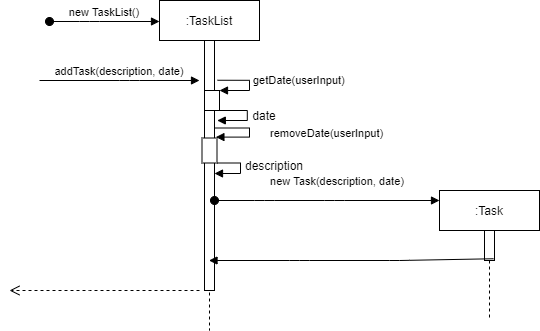
Earlier version of the draw.io export docs/media/TaskListSequenceDiagram.png (yapjoonsiong/tp). Source tidied: cells renumbered, new cells last; positions are measured from the earlier drawing's top-left corner, leaving out a move shared by most shapes.
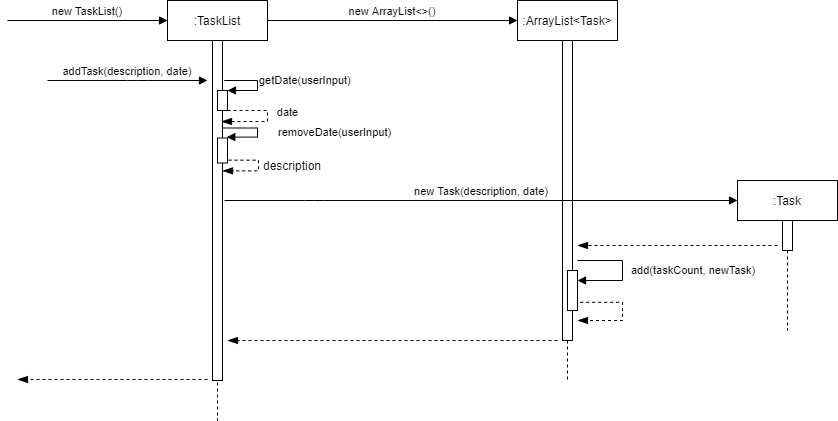
Above is the later version.

Commit message:
update sequence diagram

The edit, as a diff of the source:
```diff
@@ -3,66 +3,28 @@
     <mxCell id="0" />
     <mxCell id="1" parent="0" />
     <mxCell id="2" value=":TaskList" style="shape=umlLifeline;perimeter=lifelinePerimeter;rounded=0;shadow=0;strokeWidth=1;" parent="1" vertex="1">
-      <mxGeometry x="150" width="100" height="330" as="geometry" />
+      <mxGeometry x="150" width="100" height="420" as="geometry" />
     </mxCell>
     <mxCell id="3" style="points=[];perimeter=orthogonalPerimeter;rounded=0;shadow=0;strokeWidth=1;" parent="2" vertex="1">
-      <mxGeometry x="45" y="40" width="10" height="250" as="geometry" />
+      <mxGeometry x="45" y="40" width="10" height="340" as="geometry" />
     </mxCell>
-    <mxCell id="4" value="new TaskList()" style="verticalAlign=bottom;startArrow=oval;endArrow=block;startSize=8;shadow=0;strokeWidth=1;" parent="2" edge="1">
-      <mxGeometry relative="1" as="geometry">
-        <mxPoint x="-110" y="21" as="sourcePoint" />
-        <mxPoint y="21" as="targetPoint" />
-        <Array as="points">
-          <mxPoint x="-70" y="21" />
-        </Array>
-      </mxGeometry>
-    </mxCell>
     <mxCell id="5" style="html=1;perimeter=orthogonalPerimeter;" parent="2" vertex="1">
-      <mxGeometry x="45" y="90" width="15" height="20" as="geometry" />
+      <mxGeometry x="50" y="90" width="10" height="20" as="geometry" />
     </mxCell>
-    <mxCell id="6" value="getDate(userInput)" style="edgeStyle=orthogonalEdgeStyle;html=1;align=left;spacingLeft=2;endArrow=block;rounded=0;exitX=1.3;exitY=0.159;exitDx=0;exitDy=0;exitPerimeter=0;" parent="2" edge="1" source="3">
+    <mxCell id="6" value="getDate(userInput)" style="edgeStyle=orthogonalEdgeStyle;html=1;align=left;spacingLeft=2;endArrow=block;rounded=0;" parent="2" edge="1">
       <mxGeometry x="-0.11" relative="1" as="geometry">
+        <mxPoint x="60" y="80" as="sourcePoint" />
         <mxPoint x="60" y="90" as="targetPoint" />
         <Array as="points">
+          <mxPoint x="57" y="80" />
           <mxPoint x="90" y="80" />
           <mxPoint x="90" y="90" />
-          <mxPoint x="60" y="90" />
         </Array>
       </mxGeometry>
     </mxCell>
-    <mxCell id="7" style="edgeStyle=orthogonalEdgeStyle;html=1;align=left;spacingLeft=2;endArrow=block;rounded=0;exitX=1.22;exitY=0.17;exitDx=0;exitDy=0;exitPerimeter=0;" parent="2" edge="1">
-      <mxGeometry relative="1" as="geometry">
-        <mxPoint x="55" y="110" as="sourcePoint" />
-        <mxPoint x="57.8" y="120" as="targetPoint" />
-        <Array as="points">
-          <mxPoint x="87.8" y="110" />
-          <mxPoint x="87.8" y="120" />
-          <mxPoint x="57.8" y="120" />
-        </Array>
-      </mxGeometry>
-    </mxCell>
-    <mxCell id="8" value="new Task(description, date)" style="verticalAlign=bottom;startArrow=oval;endArrow=block;startSize=8;shadow=0;strokeWidth=1;" parent="2" edge="1">
-      <mxGeometry x="0.09" y="10" relative="1" as="geometry">
-        <mxPoint x="55" y="200" as="sourcePoint" />
-        <mxPoint x="280" y="200" as="targetPoint" />
-        <Array as="points">
-          <mxPoint x="105" y="200" />
-          <mxPoint x="175" y="200" />
-        </Array>
-      </mxGeometry>
-    </mxCell>
     <mxCell id="9" style="html=1;points=[];perimeter=orthogonalPerimeter;" parent="2" vertex="1">
-      <mxGeometry x="42.5" y="137.5" width="15" height="25" as="geometry" />
+      <mxGeometry x="50" y="137.5" width="10" height="25" as="geometry" />
     </mxCell>
-    <mxCell id="10" style="edgeStyle=orthogonalEdgeStyle;html=1;align=left;spacingLeft=2;endArrow=block;rounded=0;exitX=1.22;exitY=0.17;exitDx=0;exitDy=0;exitPerimeter=0;" parent="2" edge="1" target="3">
-      <mxGeometry relative="1" as="geometry">
-        <mxPoint x="57.5" y="162.5" as="sourcePoint" />
-        <Array as="points">
-          <mxPoint x="81" y="163" />
-          <mxPoint x="81" y="173" />
-        </Array>
-      </mxGeometry>
-    </mxCell>
     <mxCell id="11" value="removeDate(userInput)" style="edgeStyle=orthogonalEdgeStyle;html=1;align=left;spacingLeft=2;endArrow=block;rounded=0;entryX=0.927;entryY=-0.036;entryDx=0;entryDy=0;entryPerimeter=0;" parent="2" edge="1" target="9">
       <mxGeometry x="0.04" y="17" relative="1" as="geometry">
         <mxPoint x="55" y="127.5" as="sourcePoint" />
@@ -72,8 +34,30 @@
         </Array>
       </mxGeometry>
     </mxCell>
+    <mxCell id="16" value="date" style="html=1;verticalAlign=bottom;endArrow=blockThin;dashed=1;endSize=8;rounded=0;edgeStyle=orthogonalEdgeStyle;endFill=1;" parent="2" edge="1">
+      <mxGeometry x="0.05" y="-20" relative="1" as="geometry">
+        <mxPoint x="60" y="110" as="sourcePoint" />
+        <mxPoint x="54" y="121" as="targetPoint" />
+        <Array as="points">
+          <mxPoint x="100" y="110" />
+          <mxPoint x="100" y="121" />
+        </Array>
+        <mxPoint x="20" y="20" as="offset" />
+      </mxGeometry>
+    </mxCell>
+    <mxCell id="19" style="html=1;verticalAlign=bottom;endArrow=blockThin;dashed=1;endSize=8;rounded=0;edgeStyle=orthogonalEdgeStyle;entryX=0.9;entryY=0.322;entryDx=0;entryDy=0;entryPerimeter=0;endFill=1;" parent="2" edge="1">
+      <mxGeometry relative="1" as="geometry">
+        <mxPoint x="61" y="159.7" as="sourcePoint" />
+        <mxPoint x="55" y="170.3" as="targetPoint" />
+        <Array as="points">
+          <mxPoint x="61" y="159.8" />
+          <mxPoint x="91" y="159.8" />
+          <mxPoint x="91" y="170.8" />
+        </Array>
+      </mxGeometry>
+    </mxCell>
     <mxCell id="12" value=":Task" style="shape=umlLifeline;perimeter=lifelinePerimeter;rounded=0;shadow=0;strokeWidth=1;" parent="1" vertex="1">
-      <mxGeometry x="430" y="190" width="100" height="130" as="geometry" />
+      <mxGeometry x="720" y="180" width="100" height="150" as="geometry" />
     </mxCell>
     <mxCell id="13" style="perimeter=orthogonalPerimeter;rounded=0;shadow=0;strokeWidth=1;" parent="12" vertex="1">
       <mxGeometry x="45" y="40" width="10" height="30" as="geometry" />
@@ -87,29 +71,94 @@
         </Array>
       </mxGeometry>
     </mxCell>
-    <mxCell id="15" style="verticalAlign=bottom;endArrow=block;shadow=0;strokeWidth=1;exitX=0.54;exitY=0.525;exitDx=0;exitDy=0;exitPerimeter=0;" parent="1" edge="1" source="12" target="2">
-      <mxGeometry relative="1" as="geometry">
-        <Array as="points">
-          <mxPoint x="390" y="260" />
-          <mxPoint x="290" y="260" />
-        </Array>
-      </mxGeometry>
-    </mxCell>
-    <mxCell id="16" value="date" style="text;html=1;strokeColor=none;fillColor=none;align=center;verticalAlign=middle;whiteSpace=wrap;rounded=0;" parent="1" vertex="1">
-      <mxGeometry x="230" y="110" width="50" height="10" as="geometry" />
-    </mxCell>
     <mxCell id="17" value="description" style="text;html=1;strokeColor=none;fillColor=none;align=center;verticalAlign=middle;whiteSpace=wrap;rounded=0;" parent="1" vertex="1">
-      <mxGeometry x="240" y="160" width="50" height="10" as="geometry" />
+      <mxGeometry x="250" y="160" width="50" height="10" as="geometry" />
     </mxCell>
-    <mxCell id="18" style="html=1;verticalAlign=bottom;endArrow=open;dashed=1;endSize=8;rounded=0;edgeStyle=orthogonalEdgeStyle;" parent="1" edge="1">
+    <mxCell id="18" style="html=1;verticalAlign=bottom;endArrow=blockThin;dashed=1;endSize=8;rounded=0;edgeStyle=orthogonalEdgeStyle;endFill=1;" parent="1" edge="1">
       <mxGeometry y="-10" relative="1" as="geometry">
-        <mxPoint x="190" y="290" as="sourcePoint" />
-        <mxPoint y="290" as="targetPoint" />
+        <mxPoint x="190" y="379" as="sourcePoint" />
+        <mxPoint y="379" as="targetPoint" />
         <Array as="points">
-          <mxPoint x="80" y="290" />
-          <mxPoint x="80" y="290" />
+          <mxPoint x="80" y="379" />
+          <mxPoint x="80" y="379" />
         </Array>
       </mxGeometry>
     </mxCell>
+    <mxCell id="20" value=":ArrayList&lt;Task&gt;" style="shape=umlLifeline;perimeter=lifelinePerimeter;rounded=0;shadow=0;strokeWidth=1;" parent="1" vertex="1">
+      <mxGeometry x="500" width="100" height="380" as="geometry" />
+    </mxCell>
+    <mxCell id="21" style="perimeter=orthogonalPerimeter;rounded=0;shadow=0;strokeWidth=1;" parent="20" vertex="1">
+      <mxGeometry x="45" y="40" width="10" height="300" as="geometry" />
+    </mxCell>
+    <mxCell id="22" style="html=1;points=[];perimeter=orthogonalPerimeter;" parent="20" vertex="1">
+      <mxGeometry x="50" y="270" width="10" height="40" as="geometry" />
+    </mxCell>
+    <mxCell id="23" style="html=1;verticalAlign=bottom;endArrow=blockThin;dashed=1;endSize=8;rounded=0;edgeStyle=orthogonalEdgeStyle;exitX=1.267;exitY=0.795;exitDx=0;exitDy=0;exitPerimeter=0;endFill=1;" parent="20" edge="1" source="22">
+      <mxGeometry x="0.09" y="-30" relative="1" as="geometry">
+        <mxPoint x="60" y="320" as="targetPoint" />
+        <Array as="points">
+          <mxPoint x="105" y="302" />
+          <mxPoint x="105" y="320" />
+        </Array>
+        <mxPoint x="30" y="30" as="offset" />
+      </mxGeometry>
+    </mxCell>
+    <mxCell id="24" style="html=1;verticalAlign=bottom;endArrow=blockThin;dashed=1;endSize=8;rounded=0;edgeStyle=orthogonalEdgeStyle;endFill=1;" parent="1" edge="1">
+      <mxGeometry x="0.17" y="-10" relative="1" as="geometry">
+        <mxPoint x="760" y="245" as="sourcePoint" />
+        <mxPoint x="560" y="245" as="targetPoint" />
+        <Array as="points">
+          <mxPoint x="620" y="245" />
+          <mxPoint x="620" y="245" />
+        </Array>
+      </mxGeometry>
+    </mxCell>
+    <mxCell id="4" value="new TaskList()" style="verticalAlign=bottom;endArrow=block;shadow=0;strokeWidth=1;" parent="1" edge="1">
+      <mxGeometry relative="1" as="geometry">
+        <mxPoint x="-10" y="20" as="sourcePoint" />
+        <mxPoint x="150" y="20" as="targetPoint" />
+        <Array as="points">
+          <mxPoint x="80" y="20" />
+        </Array>
+      </mxGeometry>
+    </mxCell>
+    <mxCell id="25" value="new ArrayList&lt;&gt;()" style="verticalAlign=bottom;endArrow=block;shadow=0;strokeWidth=1;" parent="1" edge="1">
+      <mxGeometry relative="1" as="geometry">
+        <mxPoint x="250" y="20" as="sourcePoint" />
+        <mxPoint x="500" y="20" as="targetPoint" />
+        <Array as="points">
+          <mxPoint x="340" y="20" />
+        </Array>
+      </mxGeometry>
+    </mxCell>
+    <mxCell id="26" style="html=1;verticalAlign=bottom;endArrow=blockThin;dashed=1;endSize=8;rounded=0;edgeStyle=orthogonalEdgeStyle;endFill=1;" parent="1" edge="1">
+      <mxGeometry y="-10" relative="1" as="geometry">
+        <mxPoint x="540" y="340" as="sourcePoint" />
+        <mxPoint x="210" y="340" as="targetPoint" />
+        <Array as="points">
+          <mxPoint x="430" y="340" />
+          <mxPoint x="430" y="340" />
+        </Array>
+      </mxGeometry>
+    </mxCell>
+    <mxCell id="8" value="new Task(description, date)" style="verticalAlign=bottom;endArrow=block;shadow=0;strokeWidth=1;" parent="1" edge="1">
+      <mxGeometry relative="1" as="geometry">
+        <mxPoint x="207" y="200" as="sourcePoint" />
+        <mxPoint x="720" y="200" as="targetPoint" />
+        <Array as="points">
+          <mxPoint x="297" y="200" />
+        </Array>
+      </mxGeometry>
+    </mxCell>
+    <mxCell id="27" value="add(taskCount, newTask)" style="edgeStyle=orthogonalEdgeStyle;html=1;align=left;spacingLeft=2;endArrow=block;rounded=0;" parent="1" edge="1">
+      <mxGeometry y="5" relative="1" as="geometry">
+        <mxPoint x="560" y="260" as="sourcePoint" />
+        <mxPoint x="560" y="280" as="targetPoint" />
+        <Array as="points">
+          <mxPoint x="605" y="260" />
+          <mxPoint x="605" y="280" />
+        </Array>
+      </mxGeometry>
+    </mxCell>
   </root>
 </mxGraphModel>
```
